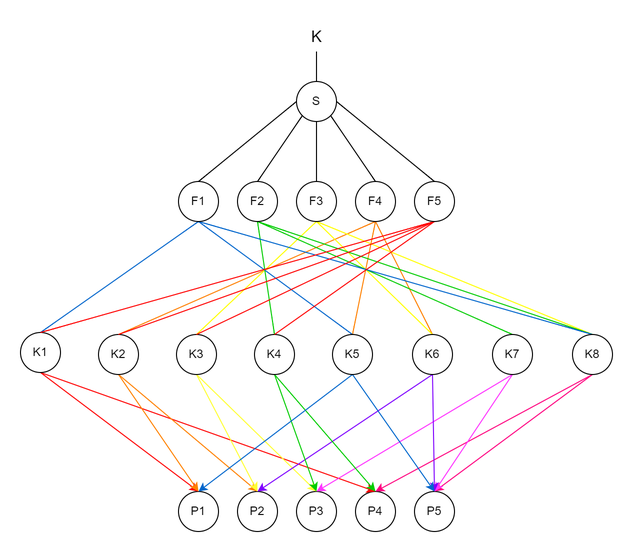
Before: computergrafik/Übungen/files/Übung2.2.drawio.png, a diagram exported from draw.io (R4Tobi/CV-Semester-2). Source tidied: cells renumbered, new cells last; positions are measured from the earlier drawing's top-left corner, leaving out a move shared by most shapes.
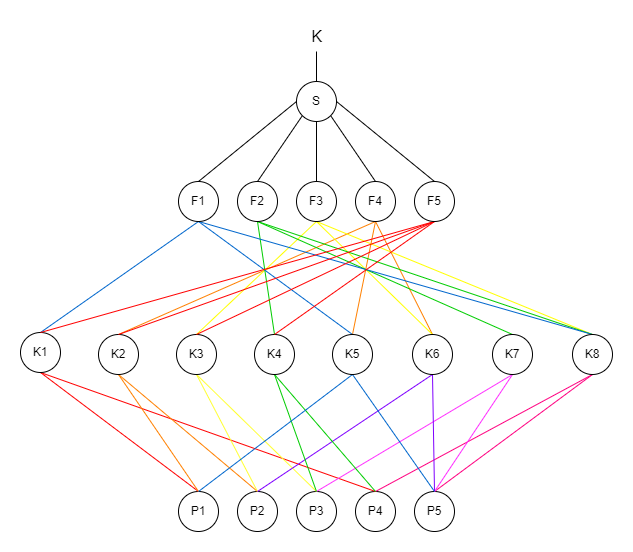
Later version of the same file.

Commit message:
updated Computergrafik/Übung2.2

The edit, as a diff of the source:
```diff
@@ -89,73 +89,73 @@
     <mxCell id="30" value="P1" style="ellipse;whiteSpace=wrap;html=1;" parent="1" vertex="1">
       <mxGeometry x="158" y="471" width="40" height="40" as="geometry" />
     </mxCell>
-    <mxCell id="31" style="rounded=0;jettySize=auto;html=1;exitX=0.5;exitY=1;exitDx=0;exitDy=0;entryX=0.5;entryY=0;entryDx=0;entryDy=0;strokeColor=#FF0000;" parent="1" edge="1" source="33" target="30">
+    <mxCell id="31" style="rounded=0;jettySize=auto;html=1;exitX=0.5;exitY=1;exitDx=0;exitDy=0;entryX=0.5;entryY=0;entryDx=0;entryDy=0;strokeColor=#FF0000;startArrow=none;startFill=0;endArrow=none;endFill=0;" parent="1" edge="1" source="33" target="30">
       <mxGeometry relative="1" as="geometry" />
     </mxCell>
-    <mxCell id="32" style="rounded=0;jettySize=auto;html=1;exitX=0.5;exitY=1;exitDx=0;exitDy=0;strokeColor=#FF0000;entryX=0.5;entryY=0;entryDx=0;entryDy=0;" parent="1" edge="1" source="33" target="27">
+    <mxCell id="32" style="rounded=0;jettySize=auto;html=1;exitX=0.5;exitY=1;exitDx=0;exitDy=0;strokeColor=#FF0000;entryX=0.5;entryY=0;entryDx=0;entryDy=0;startArrow=none;startFill=0;endArrow=none;endFill=0;" parent="1" edge="1" source="33" target="27">
       <mxGeometry relative="1" as="geometry" />
     </mxCell>
     <mxCell id="33" value="K1" style="ellipse;whiteSpace=wrap;html=1;" parent="1" vertex="1">
       <mxGeometry y="312" width="40" height="40" as="geometry" />
     </mxCell>
-    <mxCell id="34" style="rounded=0;jettySize=auto;html=1;exitX=0.5;exitY=1;exitDx=0;exitDy=0;entryX=0.5;entryY=0;entryDx=0;entryDy=0;strokeColor=#FF0080;" parent="1" edge="1" source="36" target="26">
+    <mxCell id="34" style="rounded=0;jettySize=auto;html=1;exitX=0.5;exitY=1;exitDx=0;exitDy=0;entryX=0.5;entryY=0;entryDx=0;entryDy=0;strokeColor=#FF0080;startArrow=none;startFill=0;endArrow=none;endFill=0;" parent="1" edge="1" source="36" target="26">
       <mxGeometry relative="1" as="geometry" />
     </mxCell>
-    <mxCell id="35" style="rounded=0;jettySize=auto;html=1;exitX=0.5;exitY=1;exitDx=0;exitDy=0;entryX=0.5;entryY=0;entryDx=0;entryDy=0;strokeColor=#FF0080;" parent="1" edge="1" source="36" target="27">
+    <mxCell id="35" style="rounded=0;jettySize=auto;html=1;exitX=0.5;exitY=1;exitDx=0;exitDy=0;entryX=0.5;entryY=0;entryDx=0;entryDy=0;strokeColor=#FF0080;startArrow=none;startFill=0;endArrow=none;endFill=0;" parent="1" edge="1" source="36" target="27">
       <mxGeometry relative="1" as="geometry" />
     </mxCell>
     <mxCell id="36" value="K8" style="ellipse;whiteSpace=wrap;html=1;" parent="1" vertex="1">
       <mxGeometry x="552" y="314" width="40" height="40" as="geometry" />
     </mxCell>
-    <mxCell id="37" style="rounded=0;jettySize=auto;html=1;exitX=0.5;exitY=1;exitDx=0;exitDy=0;entryX=0.5;entryY=0;entryDx=0;entryDy=0;strokeColor=#FF8000;" parent="1" edge="1" source="39" target="30">
+    <mxCell id="37" style="rounded=0;jettySize=auto;html=1;exitX=0.5;exitY=1;exitDx=0;exitDy=0;entryX=0.5;entryY=0;entryDx=0;entryDy=0;strokeColor=#FF8000;startArrow=none;startFill=0;endArrow=none;endFill=0;" parent="1" edge="1" source="39" target="30">
       <mxGeometry relative="1" as="geometry" />
     </mxCell>
-    <mxCell id="38" style="rounded=0;jettySize=auto;html=1;exitX=0.5;exitY=1;exitDx=0;exitDy=0;entryX=0.5;entryY=0;entryDx=0;entryDy=0;strokeColor=#FF8000;" parent="1" edge="1" source="39" target="29">
+    <mxCell id="38" style="rounded=0;jettySize=auto;html=1;exitX=0.5;exitY=1;exitDx=0;exitDy=0;entryX=0.5;entryY=0;entryDx=0;entryDy=0;strokeColor=#FF8000;startArrow=none;startFill=0;endArrow=none;endFill=0;" parent="1" edge="1" source="39" target="29">
       <mxGeometry relative="1" as="geometry" />
     </mxCell>
     <mxCell id="39" value="K2" style="ellipse;whiteSpace=wrap;html=1;" parent="1" vertex="1">
       <mxGeometry x="78" y="314" width="40" height="40" as="geometry" />
     </mxCell>
-    <mxCell id="40" style="rounded=0;jettySize=auto;html=1;exitX=0.5;exitY=1;exitDx=0;exitDy=0;entryX=0.5;entryY=0;entryDx=0;entryDy=0;strokeColor=#FFFF33;" parent="1" edge="1" source="42" target="29">
+    <mxCell id="40" style="rounded=0;jettySize=auto;html=1;exitX=0.5;exitY=1;exitDx=0;exitDy=0;entryX=0.5;entryY=0;entryDx=0;entryDy=0;strokeColor=#FFFF33;startArrow=none;startFill=0;endArrow=none;endFill=0;" parent="1" edge="1" source="42" target="29">
       <mxGeometry relative="1" as="geometry" />
     </mxCell>
-    <mxCell id="41" style="rounded=0;jettySize=auto;html=1;exitX=0.5;exitY=1;exitDx=0;exitDy=0;entryX=0.5;entryY=0;entryDx=0;entryDy=0;strokeColor=#FFFF33;" parent="1" edge="1" source="42" target="28">
+    <mxCell id="41" style="rounded=0;jettySize=auto;html=1;exitX=0.5;exitY=1;exitDx=0;exitDy=0;entryX=0.5;entryY=0;entryDx=0;entryDy=0;strokeColor=#FFFF33;startArrow=none;startFill=0;endArrow=none;endFill=0;" parent="1" edge="1" source="42" target="28">
       <mxGeometry relative="1" as="geometry" />
     </mxCell>
     <mxCell id="42" value="K3" style="ellipse;whiteSpace=wrap;html=1;" parent="1" vertex="1">
       <mxGeometry x="156" y="314" width="40" height="40" as="geometry" />
     </mxCell>
-    <mxCell id="43" style="rounded=0;jettySize=auto;html=1;exitX=0.5;exitY=1;exitDx=0;exitDy=0;entryX=0.5;entryY=0;entryDx=0;entryDy=0;strokeColor=#FF33FF;" parent="1" edge="1" source="45" target="28">
+    <mxCell id="43" style="rounded=0;jettySize=auto;html=1;exitX=0.5;exitY=1;exitDx=0;exitDy=0;entryX=0.5;entryY=0;entryDx=0;entryDy=0;strokeColor=#FF33FF;startArrow=none;startFill=0;endArrow=none;endFill=0;" parent="1" edge="1" source="45" target="28">
       <mxGeometry relative="1" as="geometry" />
     </mxCell>
-    <mxCell id="44" style="rounded=0;jettySize=auto;html=1;exitX=0.5;exitY=1;exitDx=0;exitDy=0;entryX=0.5;entryY=0;entryDx=0;entryDy=0;strokeColor=#FF33FF;" parent="1" edge="1" source="45" target="26">
+    <mxCell id="44" style="rounded=0;jettySize=auto;html=1;exitX=0.5;exitY=1;exitDx=0;exitDy=0;entryX=0.5;entryY=0;entryDx=0;entryDy=0;strokeColor=#FF33FF;startArrow=none;startFill=0;endArrow=none;endFill=0;" parent="1" edge="1" source="45" target="26">
       <mxGeometry relative="1" as="geometry" />
     </mxCell>
     <mxCell id="45" value="K7" style="ellipse;whiteSpace=wrap;html=1;" parent="1" vertex="1">
       <mxGeometry x="472" y="314" width="40" height="40" as="geometry" />
     </mxCell>
-    <mxCell id="46" style="rounded=0;jettySize=auto;html=1;exitX=0.5;exitY=1;exitDx=0;exitDy=0;entryX=0.5;entryY=0;entryDx=0;entryDy=0;strokeColor=#7F00FF;" parent="1" edge="1" source="48" target="29">
+    <mxCell id="46" style="rounded=0;jettySize=auto;html=1;exitX=0.5;exitY=1;exitDx=0;exitDy=0;entryX=0.5;entryY=0;entryDx=0;entryDy=0;strokeColor=#7F00FF;startArrow=none;startFill=0;endArrow=none;endFill=0;" parent="1" edge="1" source="48" target="29">
       <mxGeometry relative="1" as="geometry" />
     </mxCell>
-    <mxCell id="47" style="rounded=0;jettySize=auto;html=1;exitX=0.5;exitY=1;exitDx=0;exitDy=0;entryX=0.5;entryY=0;entryDx=0;entryDy=0;strokeColor=#7F00FF;" parent="1" edge="1" source="48" target="26">
+    <mxCell id="47" style="rounded=0;jettySize=auto;html=1;exitX=0.5;exitY=1;exitDx=0;exitDy=0;entryX=0.5;entryY=0;entryDx=0;entryDy=0;strokeColor=#7F00FF;startArrow=none;startFill=0;endArrow=none;endFill=0;" parent="1" edge="1" source="48" target="26">
       <mxGeometry relative="1" as="geometry" />
     </mxCell>
     <mxCell id="48" value="K6" style="ellipse;whiteSpace=wrap;html=1;" parent="1" vertex="1">
       <mxGeometry x="392" y="314" width="40" height="40" as="geometry" />
     </mxCell>
-    <mxCell id="49" style="rounded=0;jettySize=auto;html=1;exitX=0.5;exitY=1;exitDx=0;exitDy=0;entryX=0.5;entryY=0;entryDx=0;entryDy=0;strokeColor=#00CC00;" parent="1" edge="1" source="51" target="28">
+    <mxCell id="49" style="rounded=0;jettySize=auto;html=1;exitX=0.5;exitY=1;exitDx=0;exitDy=0;entryX=0.5;entryY=0;entryDx=0;entryDy=0;strokeColor=#00CC00;startArrow=none;startFill=0;endArrow=none;endFill=0;" parent="1" edge="1" source="51" target="28">
       <mxGeometry relative="1" as="geometry" />
     </mxCell>
-    <mxCell id="50" style="rounded=0;jettySize=auto;html=1;exitX=0.5;exitY=1;exitDx=0;exitDy=0;entryX=0.5;entryY=0;entryDx=0;entryDy=0;strokeColor=#00CC00;" parent="1" edge="1" source="51" target="27">
+    <mxCell id="50" style="rounded=0;jettySize=auto;html=1;exitX=0.5;exitY=1;exitDx=0;exitDy=0;entryX=0.5;entryY=0;entryDx=0;entryDy=0;strokeColor=#00CC00;startArrow=none;startFill=0;endArrow=none;endFill=0;" parent="1" edge="1" source="51" target="27">
       <mxGeometry relative="1" as="geometry" />
     </mxCell>
     <mxCell id="51" value="K4" style="ellipse;whiteSpace=wrap;html=1;" parent="1" vertex="1">
       <mxGeometry x="234" y="314" width="40" height="40" as="geometry" />
     </mxCell>
-    <mxCell id="52" style="rounded=0;jettySize=auto;html=1;exitX=0.5;exitY=1;exitDx=0;exitDy=0;entryX=0.5;entryY=0;entryDx=0;entryDy=0;strokeColor=#0066CC;" parent="1" edge="1" source="54" target="30">
+    <mxCell id="52" style="rounded=0;jettySize=auto;html=1;exitX=0.5;exitY=1;exitDx=0;exitDy=0;entryX=0.5;entryY=0;entryDx=0;entryDy=0;strokeColor=#0066CC;startArrow=none;startFill=0;endArrow=none;endFill=0;" parent="1" edge="1" source="54" target="30">
       <mxGeometry relative="1" as="geometry" />
     </mxCell>
-    <mxCell id="53" style="rounded=0;jettySize=auto;html=1;exitX=0.5;exitY=1;exitDx=0;exitDy=0;entryX=0.5;entryY=0;entryDx=0;entryDy=0;strokeColor=#0066CC;" parent="1" edge="1" source="54" target="26">
+    <mxCell id="53" style="rounded=0;jettySize=auto;html=1;exitX=0.5;exitY=1;exitDx=0;exitDy=0;entryX=0.5;entryY=0;entryDx=0;entryDy=0;strokeColor=#0066CC;startArrow=none;startFill=0;endArrow=none;endFill=0;" parent="1" edge="1" source="54" target="26">
       <mxGeometry relative="1" as="geometry" />
     </mxCell>
     <mxCell id="54" value="K5" style="ellipse;whiteSpace=wrap;html=1;" parent="1" vertex="1">
```
